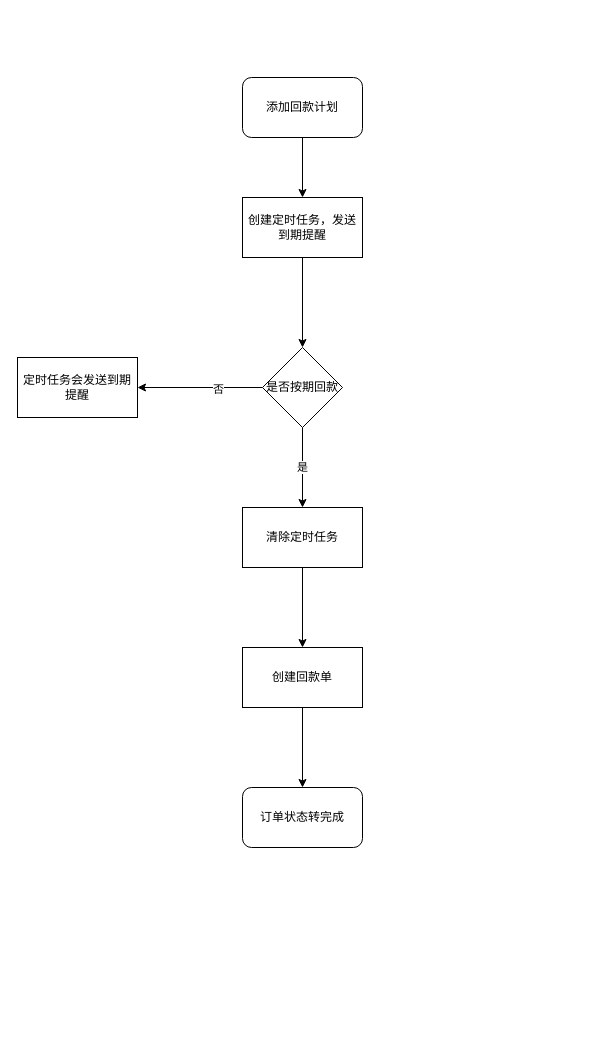
Before: 回款版本流程图.drawio in langlanglanglanglang/diagrams, a draw.io diagram. Source tidied: cells renumbered, new cells numbered last; positions are measured from the earlier drawing's top-left corner, leaving out a move shared by most shapes. Both pictures are drawn from the tidied source at 100%, with x=0, y=0 at pixel (17, 77).
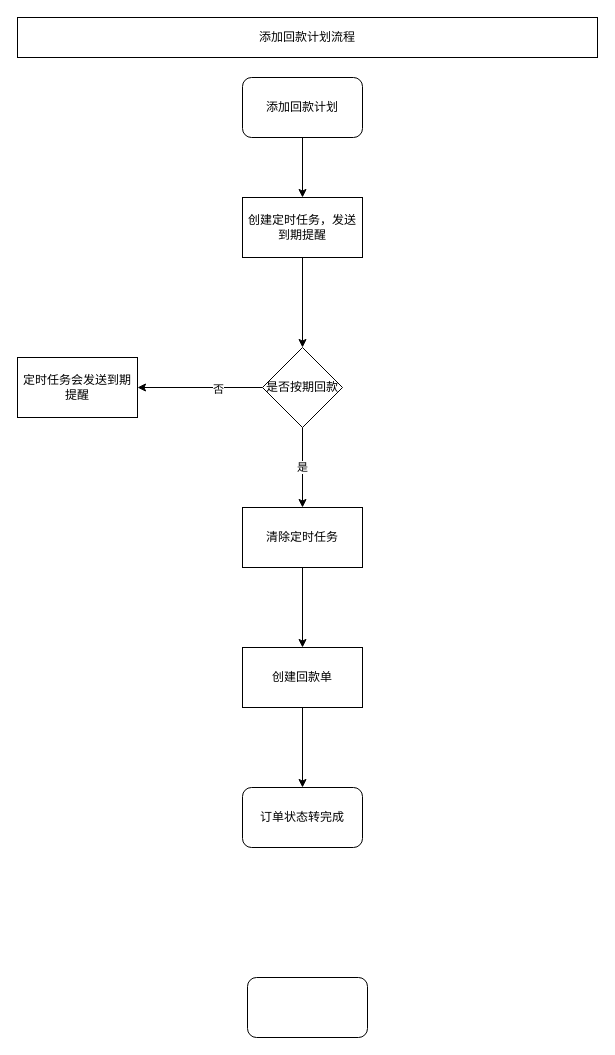
Above is the later version.

Commit message (it also covers changes not shown here):
Update 回款版本流程图.drawio

Diff of the diagram source:
```diff
@@
 <mxGraphModel>
   <root>
     <mxCell id="0" />
     <mxCell id="1" parent="0" />
     <mxCell id="2" style="edgeStyle=orthogonalEdgeStyle;rounded=0;jettySize=auto;html=1;entryX=0.5;entryY=0;entryDx=0;entryDy=0;" parent="1" edge="1" source="3" target="5">
       <mxGeometry relative="1" as="geometry" />
     </mxCell>
     <mxCell id="3" value="添加回款计划" style="rounded=1;whiteSpace=wrap;html=1;" parent="1" vertex="1">
       <mxGeometry x="225" width="120" height="60" as="geometry" />
     </mxCell>
     <mxCell id="4" style="edgeStyle=orthogonalEdgeStyle;rounded=0;jettySize=auto;html=1;entryX=0.5;entryY=0;entryDx=0;entryDy=0;" parent="1" edge="1" source="5" target="11">
       <mxGeometry relative="1" as="geometry" />
     </mxCell>
     <mxCell id="5" value="创建定时任务，发送到期提醒" style="rounded=0;whiteSpace=wrap;html=1;" parent="1" vertex="1">
       <mxGeometry x="225" y="120" width="120" height="60" as="geometry" />
     </mxCell>
     <mxCell id="6" style="edgeStyle=orthogonalEdgeStyle;rounded=0;jettySize=auto;html=1;" parent="1" edge="1" source="7" target="14">
       <mxGeometry relative="1" as="geometry" />
     </mxCell>
     <mxCell id="7" value="清除定时任务" style="rounded=0;whiteSpace=wrap;html=1;" parent="1" vertex="1">
       <mxGeometry x="225" y="430" width="120" height="60" as="geometry" />
     </mxCell>
     <mxCell id="8" value="是" style="edgeStyle=orthogonalEdgeStyle;rounded=0;jettySize=auto;html=1;entryX=0.5;entryY=0;entryDx=0;entryDy=0;" parent="1" edge="1" source="11" target="7">
       <mxGeometry relative="1" as="geometry" />
     </mxCell>
     <mxCell id="9" style="edgeStyle=orthogonalEdgeStyle;rounded=0;jettySize=auto;html=1;entryX=1;entryY=0.5;entryDx=0;entryDy=0;" parent="1" edge="1" source="11" target="12">
       <mxGeometry relative="1" as="geometry" />
     </mxCell>
     <mxCell id="10" value="否" style="edgeLabel;html=1;align=center;verticalAlign=middle;" parent="9" vertex="1">
       <mxGeometry x="-0.28" y="1" relative="1" as="geometry" />
     </mxCell>
     <mxCell id="11" value="是否按期回款" style="rhombus;whiteSpace=wrap;html=1;" parent="1" vertex="1">
       <mxGeometry x="245" y="270" width="80" height="80" as="geometry" />
     </mxCell>
     <mxCell id="12" value="定时任务会发送到期提醒" style="rounded=0;whiteSpace=wrap;html=1;" parent="1" vertex="1">
       <mxGeometry y="280" width="120" height="60" as="geometry" />
     </mxCell>
     <mxCell id="13" style="edgeStyle=orthogonalEdgeStyle;rounded=0;jettySize=auto;html=1;" parent="1" edge="1" source="14" target="15">
       <mxGeometry relative="1" as="geometry" />
     </mxCell>
     <mxCell id="14" value="创建回款单" style="rounded=0;whiteSpace=wrap;html=1;" parent="1" vertex="1">
       <mxGeometry x="225" y="570" width="120" height="60" as="geometry" />
     </mxCell>
     <mxCell id="15" value="订单状态转完成" style="rounded=1;whiteSpace=wrap;html=1;" parent="1" vertex="1">
       <mxGeometry x="225" y="710" width="120" height="60" as="geometry" />
     </mxCell>
+    <mxCell id="16" style="rounded=1;whiteSpace=wrap;html=1;" parent="1" vertex="1">
+      <mxGeometry x="230" y="900" width="120" height="60" as="geometry" />
+    </mxCell>
+    <mxCell id="17" value="添加回款计划流程" style="rounded=0;whiteSpace=wrap;html=1;" parent="1" vertex="1">
+      <mxGeometry y="-60" width="580" height="40" as="geometry" />
+    </mxCell>
   </root>
 </mxGraphModel>
```
